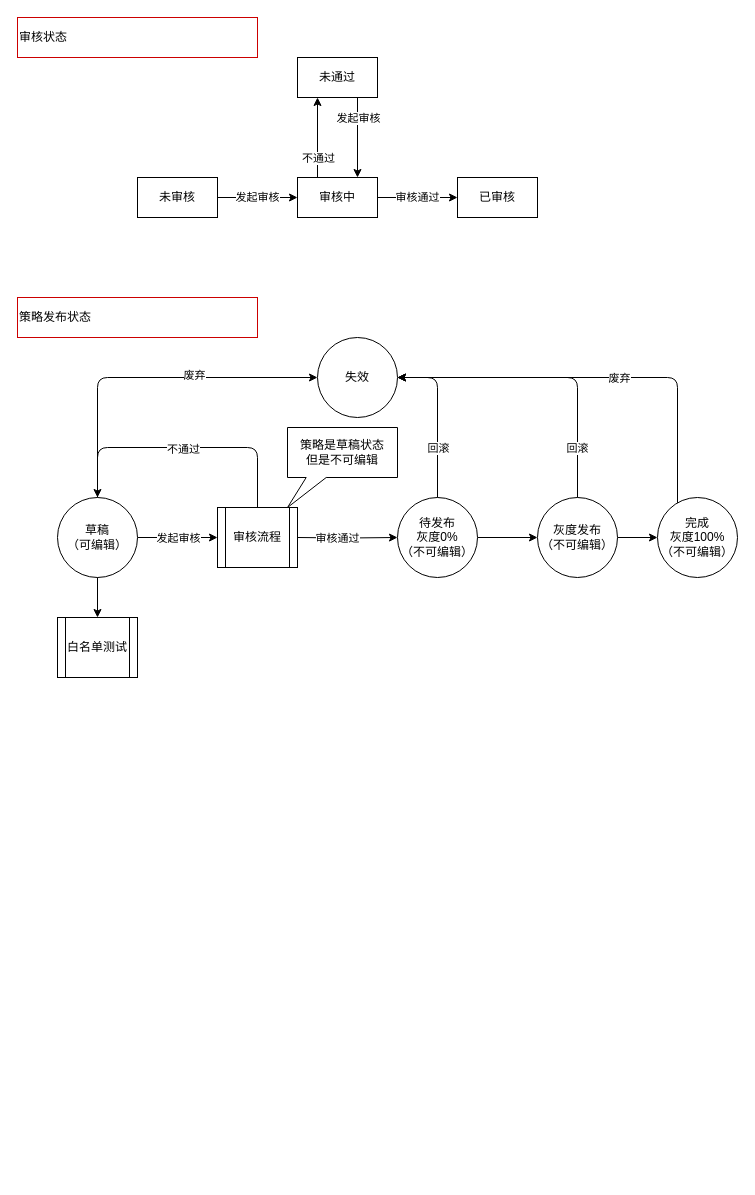
This is Untitled Diagram.drawio from Wang-Jun-Chao/diagrams, a draw.io file, before an edit. Source tidied: cells renumbered, new cells numbered last; positions are measured from the earlier drawing's top-left corner, leaving out a move shared by most shapes. Both pictures are drawn from the tidied source at 100%, with x=0, y=0 at pixel (17, 17).
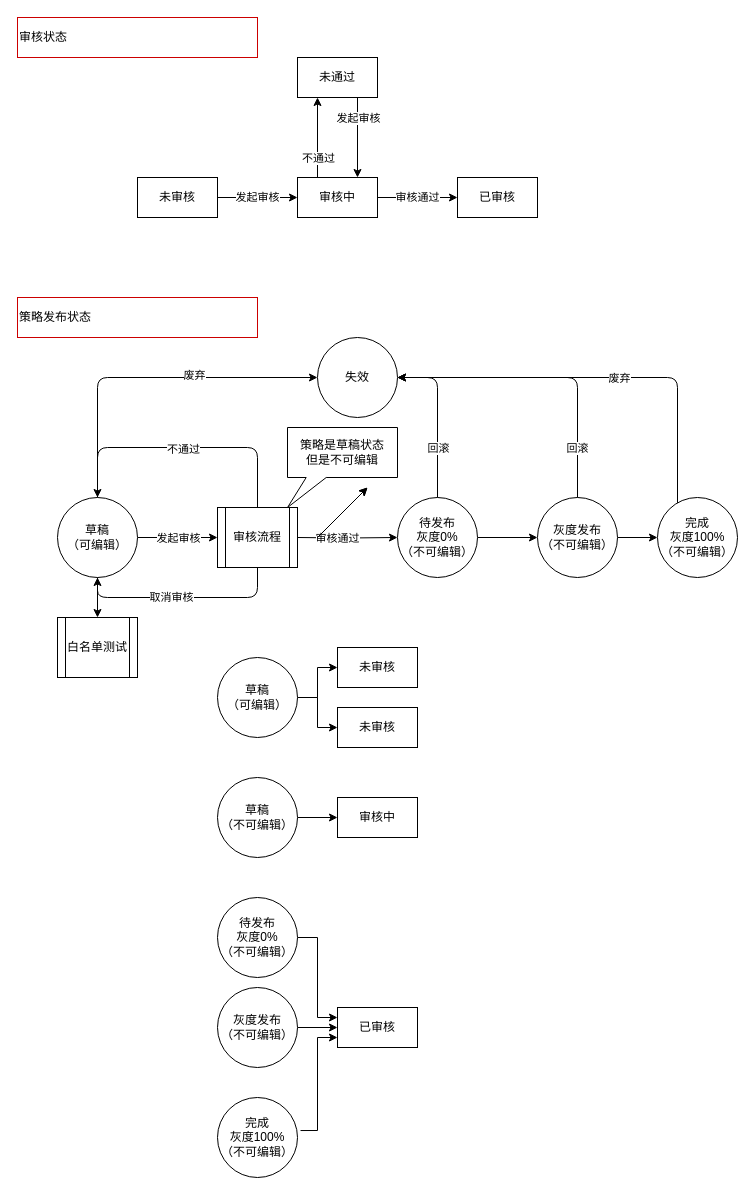
Above is the later version.

The change refers to these unchanged cells:
```xml
<mxCell id="4" value="草稿&lt;br&gt;（可编辑）" style="ellipse;whiteSpace=wrap;html=1;" parent="1" vertex="1">
  <mxGeometry x="40" y="480" width="80" height="80" as="geometry" />
</mxCell>
<mxCell id="35" value="审核流程" style="shape=process;whiteSpace=wrap;html=1;backgroundOutline=1;" parent="1" vertex="1">
  <mxGeometry x="200" y="490" width="80" height="60" as="geometry" />
</mxCell>
```

What changed in the source:
```diff
@@
+    <mxCell id="39" style="edgeStyle=orthogonalEdgeStyle;rounded=0;jettySize=auto;html=1;exitX=1;exitY=0.5;exitDx=0;exitDy=0;entryX=0;entryY=0.5;entryDx=0;entryDy=0;" parent="1" edge="1" source="41" target="42">
+      <mxGeometry relative="1" as="geometry" />
+    </mxCell>
+    <mxCell id="40" style="edgeStyle=orthogonalEdgeStyle;rounded=0;jettySize=auto;html=1;exitX=1;exitY=0.5;exitDx=0;exitDy=0;entryX=0;entryY=0.5;entryDx=0;entryDy=0;" parent="1" edge="1" source="41" target="43">
+      <mxGeometry relative="1" as="geometry" />
+    </mxCell>
+    <mxCell id="41" value="草稿&lt;br&gt;（可编辑）" style="ellipse;whiteSpace=wrap;html=1;" parent="1" vertex="1">
+      <mxGeometry x="200" y="640" width="80" height="80" as="geometry" />
+    </mxCell>
+    <mxCell id="42" value="未审核" style="rounded=0;whiteSpace=wrap;html=1;" parent="1" vertex="1">
+      <mxGeometry x="320" y="630" width="80" height="40" as="geometry" />
+    </mxCell>
+    <mxCell id="43" value="未审核" style="rounded=0;whiteSpace=wrap;html=1;" parent="1" vertex="1">
+      <mxGeometry x="320" y="690" width="80" height="40" as="geometry" />
+    </mxCell>
+    <mxCell id="44" style="endArrow=classic;html=1;" parent="1" edge="1">
+      <mxGeometry relative="1" as="geometry">
+        <mxPoint x="300" y="520" as="sourcePoint" />
+        <mxPoint x="350" y="470" as="targetPoint" />
+      </mxGeometry>
+    </mxCell>
+    <mxCell id="45" style="endArrow=classic;html=1;" parent="1" edge="1">
+      <mxGeometry relative="1" as="geometry">
+        <mxPoint x="300" y="520" as="sourcePoint" />
+        <mxPoint x="350" y="470" as="targetPoint" />
+      </mxGeometry>
+    </mxCell>
+    <mxCell id="46" style="endArrow=classic;html=1;exitX=0.5;exitY=1;exitDx=0;exitDy=0;entryX=0.5;entryY=1;entryDx=0;entryDy=0;edgeStyle=orthogonalEdgeStyle;" parent="1" edge="1" source="35" target="4">
+      <mxGeometry relative="1" as="geometry">
+        <Array as="points">
+          <mxPoint x="240" y="580" />
+          <mxPoint x="80" y="580" />
+        </Array>
+      </mxGeometry>
+    </mxCell>
+    <mxCell id="47" value="取消审核" style="edgeLabel;html=1;align=center;verticalAlign=middle;" parent="46" vertex="1">
+      <mxGeometry x="0.11" y="-1" relative="1" as="geometry" />
+    </mxCell>
+    <mxCell id="48" style="edgeStyle=orthogonalEdgeStyle;rounded=0;jettySize=auto;html=1;exitX=1;exitY=0.5;exitDx=0;exitDy=0;entryX=0;entryY=0.5;entryDx=0;entryDy=0;" parent="1" edge="1" source="49" target="50">
+      <mxGeometry relative="1" as="geometry" />
+    </mxCell>
+    <mxCell id="49" value="草稿&lt;br&gt;（不可编辑）" style="ellipse;whiteSpace=wrap;html=1;" parent="1" vertex="1">
+      <mxGeometry x="200" y="760" width="80" height="80" as="geometry" />
+    </mxCell>
+    <mxCell id="50" value="审核中" style="rounded=0;whiteSpace=wrap;html=1;" parent="1" vertex="1">
+      <mxGeometry x="320" y="780" width="80" height="40" as="geometry" />
+    </mxCell>
+    <mxCell id="51" style="edgeStyle=orthogonalEdgeStyle;rounded=0;jettySize=auto;html=1;entryX=0;entryY=0.25;entryDx=0;entryDy=0;" parent="1" edge="1" source="52" target="56">
+      <mxGeometry relative="1" as="geometry">
+        <Array as="points">
+          <mxPoint x="300" y="920" />
+          <mxPoint x="300" y="1000" />
+        </Array>
+      </mxGeometry>
+    </mxCell>
+    <mxCell id="52" value="待发布&lt;br&gt;灰度0%&lt;br&gt;（不可编辑）" style="ellipse;whiteSpace=wrap;html=1;" parent="1" vertex="1">
+      <mxGeometry x="200" y="880" width="80" height="80" as="geometry" />
+    </mxCell>
+    <mxCell id="53" style="edgeStyle=orthogonalEdgeStyle;rounded=0;jettySize=auto;html=1;entryX=0;entryY=0.5;entryDx=0;entryDy=0;" parent="1" edge="1" source="54" target="56">
+      <mxGeometry relative="1" as="geometry" />
+    </mxCell>
+    <mxCell id="54" value="灰度发布&lt;br&gt;（不可编辑）" style="ellipse;whiteSpace=wrap;html=1;" parent="1" vertex="1">
+      <mxGeometry x="200" y="970" width="80" height="80" as="geometry" />
+    </mxCell>
+    <mxCell id="55" value="完成&lt;br&gt;灰度100%&lt;br&gt;（不可编辑）" style="ellipse;whiteSpace=wrap;html=1;" parent="1" vertex="1">
+      <mxGeometry x="200" y="1080" width="80" height="80" as="geometry" />
+    </mxCell>
+    <mxCell id="56" value="已审核" style="rounded=0;whiteSpace=wrap;html=1;" parent="1" vertex="1">
+      <mxGeometry x="320" y="990" width="80" height="40" as="geometry" />
+    </mxCell>
+    <mxCell id="57" style="edgeStyle=orthogonalEdgeStyle;rounded=0;jettySize=auto;html=1;entryX=0;entryY=0.75;entryDx=0;entryDy=0;exitX=1.038;exitY=0.413;exitDx=0;exitDy=0;exitPerimeter=0;" parent="1" edge="1" source="55" target="56">
+      <mxGeometry relative="1" as="geometry">
+        <Array as="points">
+          <mxPoint x="300" y="1113" />
+          <mxPoint x="300" y="1020" />
+        </Array>
+      </mxGeometry>
+    </mxCell>
```
